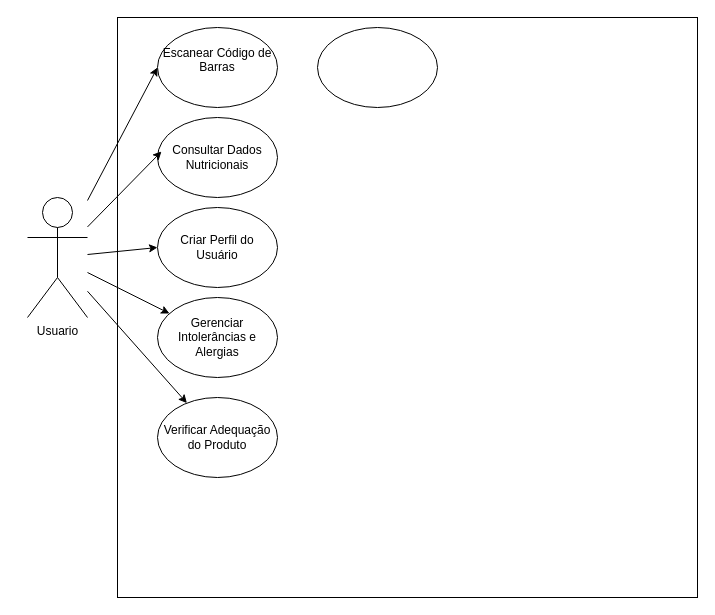
gabirucosta2140/desktop-Diogo keeps this draw.io diagram as Diagrama sem nome.drawio. Above is the earlier version. Source tidied: cells renumbered, new cells numbered last; positions are measured from the earlier drawing's top-left corner, leaving out a move shared by most shapes. Both pictures are drawn from the tidied source at 100%, with x=0, y=0 at pixel (27, 17).
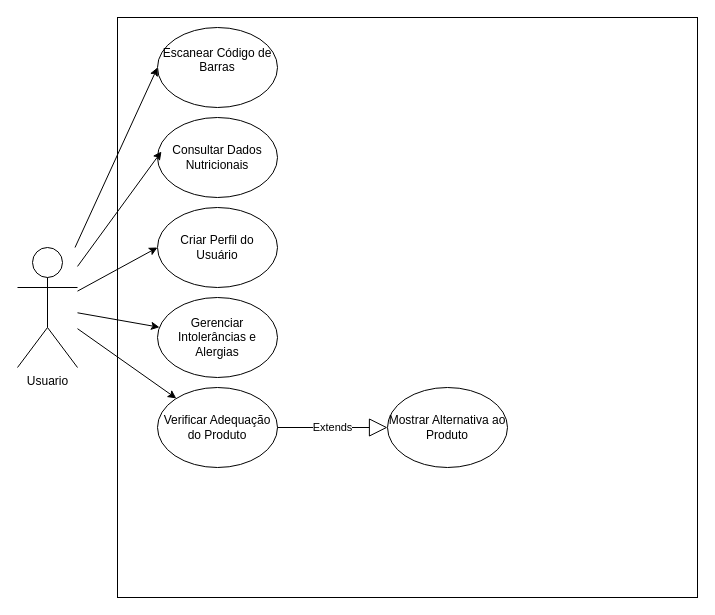
The same diagram, later.

Diff of the diagram source:
```diff
@@
 <mxGraphModel>
   <root>
     <mxCell id="0" />
     <mxCell id="1" parent="0" />
     <mxCell id="2" style="whiteSpace=wrap;html=1;" parent="1" vertex="1">
       <mxGeometry x="90" width="580" height="580" as="geometry" />
     </mxCell>
     <mxCell id="3" value="Usuario" style="shape=umlActor;verticalLabelPosition=bottom;verticalAlign=top;html=1;outlineConnect=0;" parent="1" vertex="1">
-      <mxGeometry y="180" width="60" height="120" as="geometry" />
+      <mxGeometry x="-10" y="230" width="60" height="120" as="geometry" />
     </mxCell>
     <mxCell id="4" value="&#10;Escanear Código de Barras&#10;&#10;" style="ellipse;whiteSpace=wrap;html=1;" parent="1" vertex="1">
       <mxGeometry x="130" y="10" width="120" height="80" as="geometry" />
     </mxCell>
     <mxCell id="5" style="endArrow=classic;html=1;rounded=0;entryX=0;entryY=0.5;entryDx=0;entryDy=0;" parent="1" edge="1" source="3" target="4">
       <mxGeometry relative="1" as="geometry" />
     </mxCell>
     <mxCell id="6" value="Consultar Dados Nutricionais" style="ellipse;whiteSpace=wrap;html=1;" parent="1" vertex="1">
       <mxGeometry x="130" y="100" width="120" height="80" as="geometry" />
     </mxCell>
     <mxCell id="7" style="endArrow=classic;html=1;rounded=0;entryX=0.033;entryY=0.425;entryDx=0;entryDy=0;entryPerimeter=0;" parent="1" edge="1" source="3" target="6">
       <mxGeometry relative="1" as="geometry" />
     </mxCell>
     <mxCell id="8" value="Criar Perfil do Usuário" style="ellipse;whiteSpace=wrap;html=1;" parent="1" vertex="1">
       <mxGeometry x="130" y="190" width="120" height="80" as="geometry" />
     </mxCell>
     <mxCell id="9" style="endArrow=classic;html=1;rounded=0;entryX=0;entryY=0.5;entryDx=0;entryDy=0;" parent="1" edge="1" source="3" target="8">
       <mxGeometry relative="1" as="geometry" />
     </mxCell>
     <mxCell id="10" value="Gerenciar Intolerâncias e Alergias" style="ellipse;whiteSpace=wrap;html=1;" parent="1" vertex="1">
       <mxGeometry x="130" y="280" width="120" height="80" as="geometry" />
     </mxCell>
     <mxCell id="11" style="endArrow=classic;html=1;rounded=0;" parent="1" edge="1" source="3" target="10">
       <mxGeometry relative="1" as="geometry" />
     </mxCell>
     <mxCell id="12" value="Verificar Adequação do Produto" style="ellipse;whiteSpace=wrap;html=1;" parent="1" vertex="1">
-      <mxGeometry x="130" y="380" width="120" height="80" as="geometry" />
+      <mxGeometry x="130" y="370" width="120" height="80" as="geometry" />
     </mxCell>
-    <mxCell id="13" style="ellipse;whiteSpace=wrap;html=1;" parent="1" vertex="1">
-      <mxGeometry x="290" y="10" width="120" height="80" as="geometry" />
-    </mxCell>
     <mxCell id="14" style="endArrow=classic;html=1;rounded=0;" parent="1" edge="1" source="3" target="12">
       <mxGeometry relative="1" as="geometry" />
     </mxCell>
+    <mxCell id="15" value="Mostrar Alternativa ao Produto" style="ellipse;whiteSpace=wrap;html=1;" parent="1" vertex="1">
+      <mxGeometry x="360" y="370" width="120" height="80" as="geometry" />
+    </mxCell>
+    <mxCell id="16" value="Extends" style="endArrow=block;endSize=16;endFill=0;html=1;rounded=0;" parent="1" edge="1" target="15">
+      <mxGeometry relative="1" as="geometry">
+        <mxPoint x="250" y="410" as="sourcePoint" />
+      </mxGeometry>
+    </mxCell>
   </root>
 </mxGraphModel>
```
